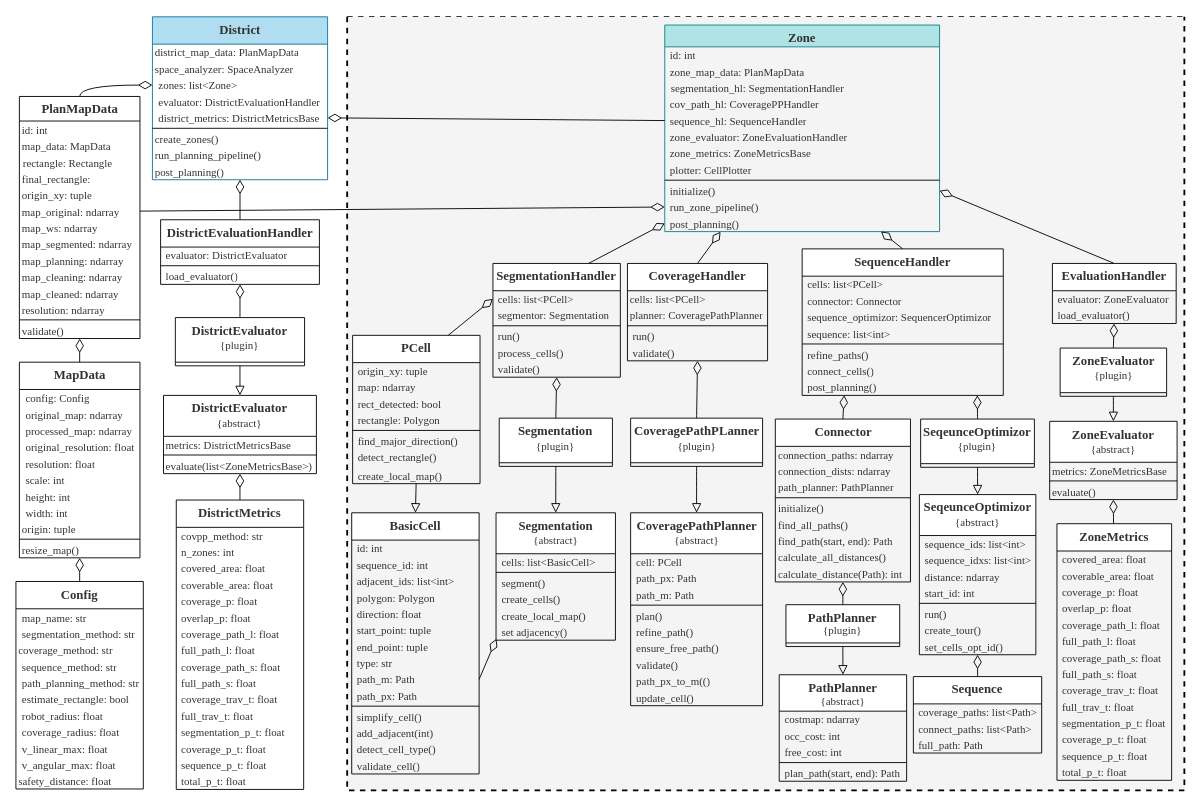
Earlier version of the draw.io diagram page "ClassDiagram" (4 of 4) of design/d1_framework.drawio (MortezaHagh/coverage-path-planning). Source tidied: cells renumbered, new cells numbered last; positions are measured from the earlier drawing's top-left corner, leaving out a move shared by most shapes. Both pictures are drawn from the tidied source at 91%, with x=0, y=0 at pixel (15, 16).
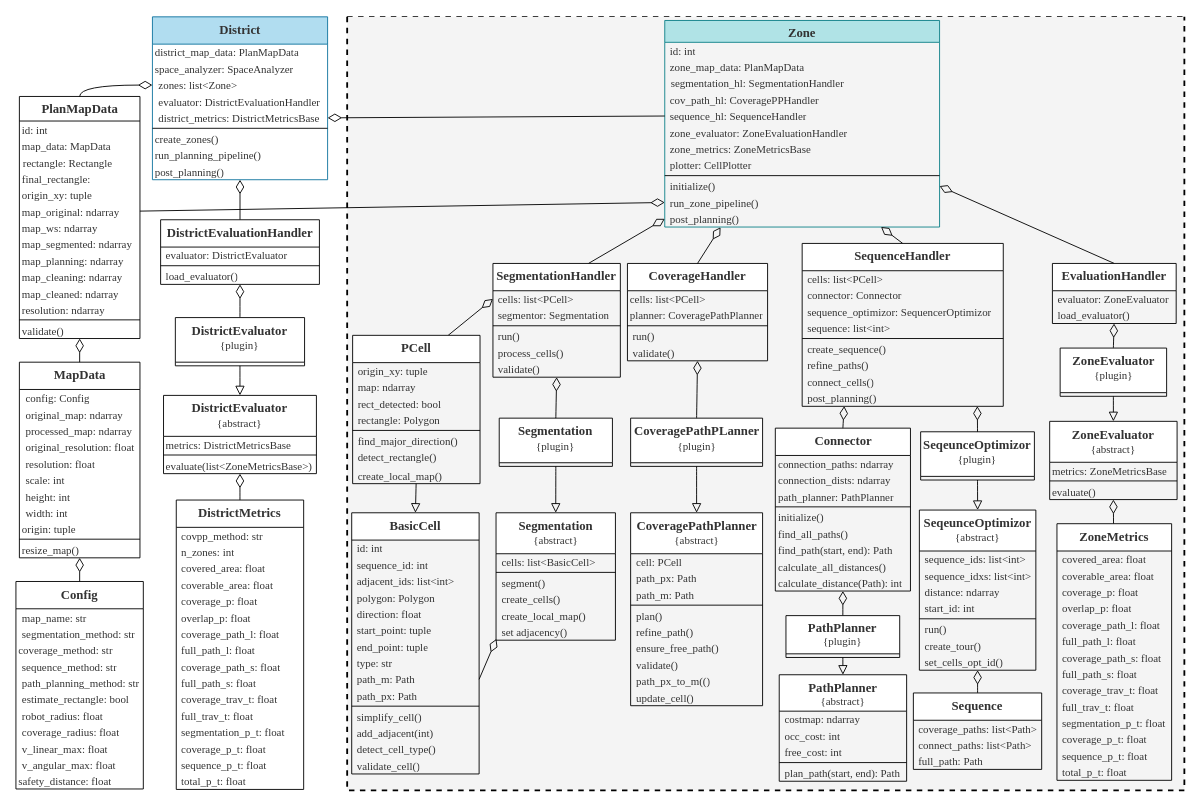
Above is the later version.

Unchanged cells that the change refers to:
```xml
<mxCell id="2" style="swimlane;whiteSpace=wrap;html=1;fillColor=light-dark(#DFDFDF,#E6E6E6);dashed=1;startSize=0;fontColor=#333333;swimlaneFillColor=#F4F4F4;strokeWidth=2;" parent="1" vertex="1">
  <mxGeometry x="364" width="920" height="850" as="geometry" />
</mxCell>
```

Change to the diagram source:
```diff
@@
     <mxCell id="19" value="&lt;b style=&quot;scrollbar-color: rgb(226, 226, 226) rgb(251, 251, 251); font-family: &amp;quot;Times New Roman&amp;quot;;&quot;&gt;&lt;font style=&quot;scrollbar-color: rgb(226, 226, 226) rgb(251, 251, 251); font-size: 14px;&quot;&gt;Zone&lt;/font&gt;&lt;/b&gt;" style="swimlane;fontStyle=0;align=center;verticalAlign=top;horizontal=1;startSize=24;html=1;whiteSpace=wrap;fillColor=#b0e3e6;strokeColor=#0e8088;fontColor=#333333;" parent="2" vertex="1">
-      <mxGeometry x="349" y="9" width="302" height="227" as="geometry" />
+      <mxGeometry x="349" y="4" width="302" height="227" as="geometry" />
     </mxCell>
@@
     <mxCell id="62" value="&lt;b style=&quot;scrollbar-color: rgb(226, 226, 226) rgb(251, 251, 251); font-family: &amp;quot;Times New Roman&amp;quot;;&quot;&gt;&lt;font style=&quot;scrollbar-color: rgb(226, 226, 226) rgb(251, 251, 251); font-size: 14px;&quot;&gt;Connector&lt;/font&gt;&lt;/b&gt;" style="swimlane;fontStyle=0;align=center;verticalAlign=top;horizontal=1;startSize=30;html=1;whiteSpace=wrap;fontColor=#333333;" parent="2" vertex="1">
-      <mxGeometry x="470.5" y="442" width="148.5" height="179" as="geometry" />
+      <mxGeometry x="470.5" y="452" width="148.5" height="179" as="geometry" />
     </mxCell>
@@
     <mxCell id="72" value="&lt;b style=&quot;scrollbar-color: rgb(226, 226, 226) rgb(251, 251, 251);&quot;&gt;&lt;font style=&quot;scrollbar-color: rgb(226, 226, 226) rgb(251, 251, 251); font-size: 14px;&quot;&gt;SeqeunceOptimizor&lt;/font&gt;&lt;/b&gt;&lt;br&gt;{abstract}" style="swimlane;fontStyle=0;align=center;verticalAlign=top;horizontal=1;startSize=45;html=1;whiteSpace=wrap;fontFamily=Times New Roman;fontColor=#333333;" parent="2" vertex="1">
-      <mxGeometry x="628.8" y="525" width="128" height="176" as="geometry" />
+      <mxGeometry x="628.8" y="542" width="128" height="176" as="geometry" />
     </mxCell>
@@
     <mxCell id="82" value="&lt;b style=&quot;scrollbar-color: rgb(226, 226, 226) rgb(251, 251, 251);&quot;&gt;&lt;font style=&quot;scrollbar-color: rgb(226, 226, 226) rgb(251, 251, 251); font-size: 14px;&quot;&gt;SeqeunceOptimizor&lt;/font&gt;&lt;/b&gt;&lt;br&gt;{plugin}" style="swimlane;fontStyle=0;align=center;verticalAlign=top;horizontal=1;startSize=49;html=1;whiteSpace=wrap;fontFamily=Times New Roman;fontColor=#333333;" parent="2" vertex="1">
-      <mxGeometry x="630.2" y="442" width="125" height="53" as="geometry" />
+      <mxGeometry x="630.2" y="456" width="125" height="53" as="geometry" />
     </mxCell>
@@
     <mxCell id="84" value="&lt;b style=&quot;scrollbar-color: rgb(226, 226, 226) rgb(251, 251, 251); line-height: 13.2px;&quot;&gt;&lt;font style=&quot;scrollbar-color: rgb(226, 226, 226) rgb(251, 251, 251); font-size: 14px; line-height: 15.4px;&quot;&gt;PathPlanner&lt;/font&gt;&lt;/b&gt;&lt;br&gt;{plugin}" style="swimlane;fontStyle=0;align=center;verticalAlign=top;horizontal=1;startSize=42;html=1;whiteSpace=wrap;fontFamily=Times New Roman;fontColor=#333333;" parent="2" vertex="1">
-      <mxGeometry x="482.2" y="646" width="125" height="46" as="geometry" />
+      <mxGeometry x="482.2" y="658" width="125" height="46" as="geometry" />
     </mxCell>
@@
     <mxCell id="92" value="&lt;font face=&quot;Times New Roman&quot;&gt;&lt;span style=&quot;font-size: 14px;&quot;&gt;&lt;b&gt;Sequence&lt;/b&gt;&lt;/span&gt;&lt;/font&gt;" style="swimlane;fontStyle=0;align=center;verticalAlign=top;horizontal=1;startSize=30;html=1;whiteSpace=wrap;fontColor=#333333;" parent="2" vertex="1">
-      <mxGeometry x="622.2" y="725" width="141" height="84" as="geometry" />
+      <mxGeometry x="622.2" y="743" width="141" height="84" as="geometry" />
     </mxCell>
@@
     <mxCell id="205" value="&lt;b style=&quot;scrollbar-color: rgb(226, 226, 226) rgb(251, 251, 251); font-family: &amp;quot;Times New Roman&amp;quot;;&quot;&gt;&lt;font style=&quot;scrollbar-color: rgb(226, 226, 226) rgb(251, 251, 251); font-size: 14px;&quot;&gt;SequenceHandler&lt;/font&gt;&lt;/b&gt;" style="swimlane;fontStyle=0;align=center;verticalAlign=top;horizontal=1;startSize=30;html=1;whiteSpace=wrap;fontColor=#333333;" parent="1" vertex="1">
-      <mxGeometry x="864" y="255" width="221" height="161" as="geometry" />
+      <mxGeometry x="864" y="249" width="221" height="179" as="geometry" />
     </mxCell>
@@
+    <mxCell id="241" value="&lt;font face=&quot;Times New Roman&quot;&gt;create_sequence()&lt;/font&gt;" style="text;html=1;strokeColor=none;fillColor=none;align=left;verticalAlign=middle;spacingLeft=4;spacingRight=4;overflow=hidden;whiteSpace=wrap;fontColor=#333333;" parent="205" vertex="1">
+      <mxGeometry y="107" width="221" height="18" as="geometry" />
+    </mxCell>
     <mxCell id="211" value="&lt;font face=&quot;Times New Roman&quot;&gt;refine_paths()&lt;/font&gt;" style="text;html=1;strokeColor=none;fillColor=none;align=left;verticalAlign=middle;spacingLeft=4;spacingRight=4;overflow=hidden;whiteSpace=wrap;fontColor=#333333;" parent="205" vertex="1">
-      <mxGeometry y="107" width="221" height="18" as="geometry" />
+      <mxGeometry y="125" width="221" height="18" as="geometry" />
     </mxCell>
     <mxCell id="212" value="&lt;font face=&quot;Times New Roman&quot;&gt;connect_cells()&lt;/font&gt;" style="text;html=1;strokeColor=none;fillColor=none;align=left;verticalAlign=middle;spacingLeft=4;spacingRight=4;overflow=hidden;whiteSpace=wrap;fontColor=#333333;" parent="205" vertex="1">
-      <mxGeometry y="125" width="221" height="18" as="geometry" />
+      <mxGeometry y="143" width="221" height="18" as="geometry" />
     </mxCell>
     <mxCell id="213" value="&lt;span style=&quot;font-family: &amp;quot;Times New Roman&amp;quot;;&quot;&gt;post_planning&lt;/span&gt;&lt;font face=&quot;Times New Roman&quot;&gt;()&lt;/font&gt;" style="text;html=1;strokeColor=none;fillColor=none;align=left;verticalAlign=middle;spacingLeft=4;spacingRight=4;overflow=hidden;points=[[0,0.5],[1,0.5]];portConstraint=eastwest;whiteSpace=wrap;fontColor=#333333;" parent="205" vertex="1">
-      <mxGeometry y="143" width="221" height="18" as="geometry" />
+      <mxGeometry y="161" width="221" height="18" as="geometry" />
     </mxCell>
```
